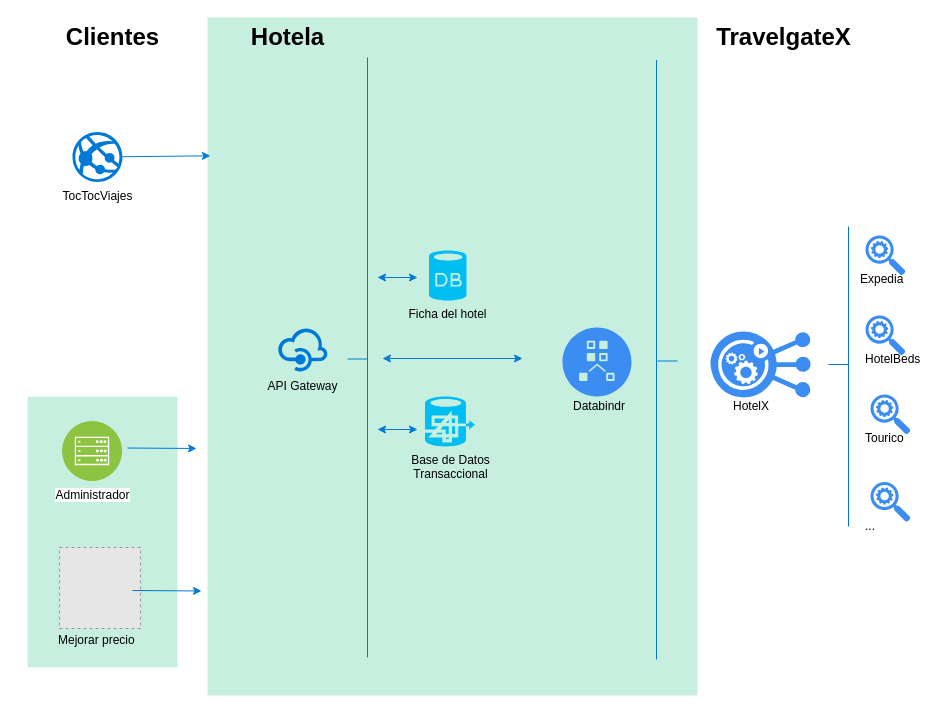
This is page "Page-3" (3 of 3) of Untitled Diagram.drawio from nan3co/crypto-twitter-bot, a draw.io file, before an edit. Source tidied: cells renumbered, new cells numbered last; positions are measured from the earlier drawing's top-left corner, leaving out a move shared by most shapes. Both pictures are drawn from the tidied source at 100%, with x=0, y=0 at pixel (27, 17). Pictures stored in the file or linked from it are replaced by grey dashed boxes.
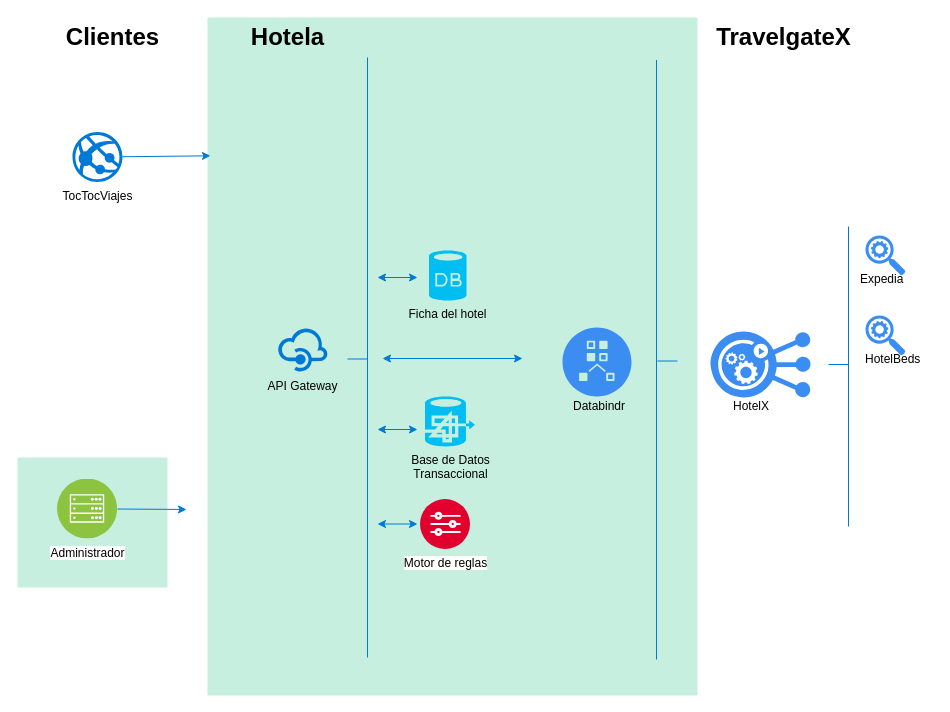
Above is the later version.

Change to the diagram source:
```diff
@@
-    <mxCell id="2" style="rounded=1;absoluteArcSize=1;arcSize=2;html=1;strokeColor=none;gradientColor=none;shadow=0;dashed=0;fontSize=12;fontColor=#9E9E9E;align=left;verticalAlign=top;spacing=10;spacingTop=-4;fillColor=#C7EFDF;" parent="1" vertex="1">
-      <mxGeometry y="379" width="150" height="271" as="geometry" />
-    </mxCell>
@@
-    <mxCell id="6" style="edgeStyle=none;orthogonalLoop=1;jettySize=auto;html=1;entryX=-0.022;entryY=0.74;entryDx=0;entryDy=0;entryPerimeter=0;strokeColor=#0079D6;" parent="1" edge="1">
-      <mxGeometry relative="1" as="geometry">
-        <mxPoint x="100" y="430.5" as="sourcePoint" />
-        <mxPoint x="169" y="431" as="targetPoint" />
-      </mxGeometry>
-    </mxCell>
-    <mxCell id="7" value="Administrador&lt;br&gt;" style="perimeter=ellipsePerimeter;html=1;align=center;shadow=0;dashed=0;image;image=img/lib/ibm/infrastructure/mobile_backend.svg;" parent="1" vertex="1">
-      <mxGeometry x="35" y="404" width="60" height="60" as="geometry" />
-    </mxCell>
@@
-    <mxCell id="25" style="html=1;strokeColor=none;shadow=0;align=center;verticalAlign=top;fillColor=#3B8DF1;shape=mxgraph.gcp2.search_api;" parent="1" vertex="1">
-      <mxGeometry x="843" y="377" width="40" height="40" as="geometry" />
-    </mxCell>
-    <mxCell id="26" value="Tourico" style="text;html=1;align=left;verticalAlign=top;spacingTop=-4;" parent="1" vertex="1">
-      <mxGeometry x="836" y="411" width="50" height="20" as="geometry" />
-    </mxCell>
-    <mxCell id="27" style="html=1;strokeColor=none;shadow=0;align=center;verticalAlign=top;fillColor=#3B8DF1;shape=mxgraph.gcp2.search_api;" parent="1" vertex="1">
-      <mxGeometry x="843" y="464.5" width="40" height="40" as="geometry" />
-    </mxCell>
-    <mxCell id="28" value="..." style="text;html=1;align=left;verticalAlign=top;spacingTop=-4;" parent="1" vertex="1">
-      <mxGeometry x="836" y="498.5" width="30" height="20" as="geometry" />
-    </mxCell>
@@
-    <mxCell id="35" style="fillColor=#E6E6E6;strokeColor=#999999;dashed=1;html=1;verticalAlign=top;verticalLabelPosition=bottom;labelBackgroundColor=#ffffff;" parent="1" vertex="1">
-      <mxGeometry x="32" y="530" width="81" height="81" as="geometry" />
-    </mxCell>
-    <mxCell id="36" value="Mejorar precio" style="text;html=1;align=left;verticalAlign=top;spacingTop=-4;" parent="1" vertex="1">
-      <mxGeometry x="29" y="613" width="90" height="20" as="geometry" />
-    </mxCell>
-    <mxCell id="37" style="edgeStyle=none;orthogonalLoop=1;jettySize=auto;html=1;entryX=-0.022;entryY=0.74;entryDx=0;entryDy=0;entryPerimeter=0;strokeColor=#0079D6;" parent="1" edge="1">
-      <mxGeometry relative="1" as="geometry">
-        <mxPoint x="105" y="573" as="sourcePoint" />
-        <mxPoint x="174" y="573.5" as="targetPoint" />
-      </mxGeometry>
-    </mxCell>
+    <mxCell id="38" style="rounded=1;absoluteArcSize=1;arcSize=2;html=1;strokeColor=none;gradientColor=none;shadow=0;dashed=0;fontSize=12;fontColor=#9E9E9E;align=left;verticalAlign=top;spacing=10;spacingTop=-4;fillColor=#C7EFDF;" parent="1" vertex="1">
+      <mxGeometry x="-10" y="440" width="150" height="130" as="geometry" />
+    </mxCell>
+    <mxCell id="39" style="edgeStyle=none;jettySize=auto;html=1;entryX=-0.022;entryY=0.74;entryDx=0;entryDy=0;entryPerimeter=0;strokeColor=#0079D6;" parent="1" edge="1" source="7">
+      <mxGeometry relative="1" as="geometry">
+        <mxPoint x="159" y="492" as="targetPoint" />
+      </mxGeometry>
+    </mxCell>
+    <mxCell id="7" value="Administrador&lt;br&gt;" style="perimeter=ellipsePerimeter;html=1;align=center;shadow=0;dashed=0;image;image=img/lib/ibm/infrastructure/mobile_backend.svg;" parent="1" vertex="1">
+      <mxGeometry x="30" y="461.5" width="60" height="60" as="geometry" />
+    </mxCell>
+    <mxCell id="40" value="Motor de reglas" style="perimeter=ellipsePerimeter;html=1;align=center;shadow=0;dashed=0;image;image=img/lib/ibm/vpc/SecurityGroupRules.svg;" parent="1" vertex="1">
+      <mxGeometry x="393" y="482" width="50" height="50" as="geometry" />
+    </mxCell>
+    <mxCell id="41" style="endArrow=classic;startArrow=classic;html=1;strokeColor=#0079D6;" parent="1" edge="1">
+      <mxGeometry relative="1" as="geometry">
+        <mxPoint x="350" y="506.5" as="sourcePoint" />
+        <mxPoint x="390" y="506.5" as="targetPoint" />
+      </mxGeometry>
+    </mxCell>
```
